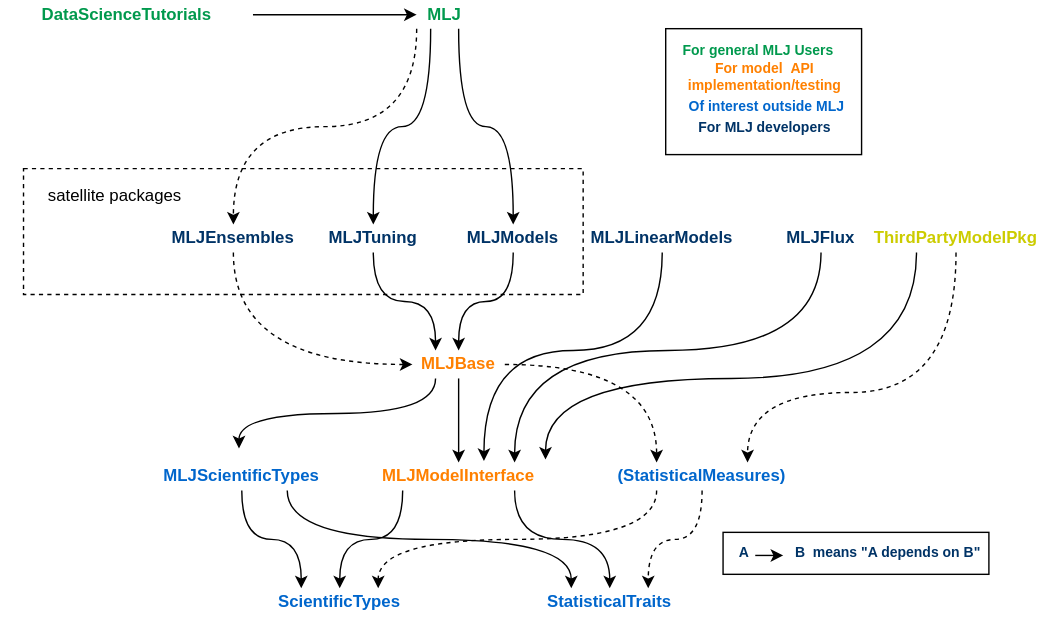
This is material/MLJ_stack.svg from JuliaAI/MLJ.jl, a draw.io export, as it was before one commit. Source tidied: cells renumbered, new cells last; positions are measured from the earlier drawing's top-left corner, leaving out a move shared by most shapes.
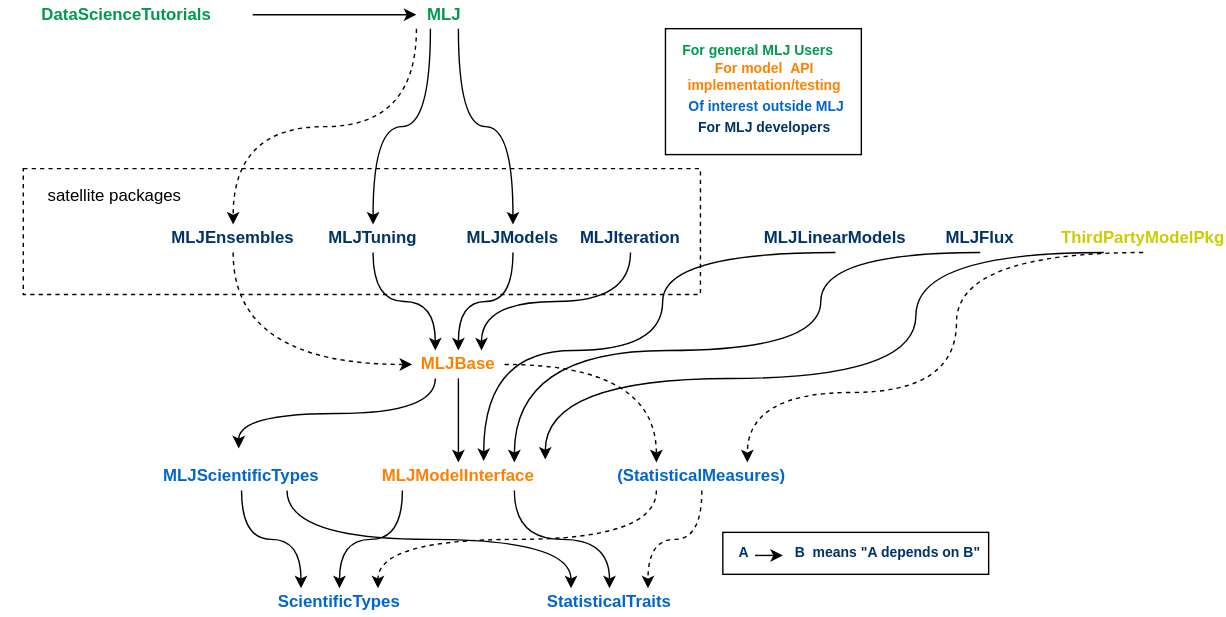
The same diagram one commit later.

The edit, as a diff of the source:
```diff
@@ -3,7 +3,7 @@
     <mxCell id="0" />
     <mxCell id="1" parent="0" />
     <mxCell id="2" style="rounded=0;whiteSpace=wrap;html=1;fillColor=none;dashed=1;strokeColor=#000000;" parent="1" vertex="1">
-      <mxGeometry x="16" y="120" width="400" height="90" as="geometry" />
+      <mxGeometry x="16" y="120" width="484" height="90" as="geometry" />
     </mxCell>
     <mxCell id="3" value="&lt;b&gt;&lt;font color=&quot;#ff8000&quot;&gt;MLJModelInterface&lt;/font&gt;&lt;/b&gt;" style="text;html=1;strokeColor=none;fillColor=none;align=center;verticalAlign=middle;whiteSpace=wrap;rounded=0;comic=1;" parent="1" vertex="1">
       <mxGeometry x="247" y="330" width="160" height="20" as="geometry" />
@@ -52,7 +52,7 @@
       </mxGeometry>
     </mxCell>
     <mxCell id="16" value="&lt;b&gt;&lt;font color=&quot;#003366&quot;&gt;MLJLinearModels&lt;/font&gt;&lt;/b&gt;" style="text;html=1;strokeColor=none;fillColor=none;align=center;verticalAlign=middle;whiteSpace=wrap;rounded=0;comic=1;" parent="1" vertex="1">
-      <mxGeometry x="416" y="160" width="113" height="20" as="geometry" />
+      <mxGeometry x="540" y="160" width="113" height="20" as="geometry" />
     </mxCell>
     <mxCell id="17" style="edgeStyle=orthogonalEdgeStyle;curved=1;rounded=0;jettySize=auto;html=1;exitX=0.25;exitY=1;exitDx=0;exitDy=0;entryX=0.888;entryY=-0.1;entryDx=0;entryDy=0;entryPerimeter=0;fontSize=10;" parent="1" edge="1" source="19" target="3">
       <mxGeometry relative="1" as="geometry">
@@ -71,7 +71,7 @@
       </mxGeometry>
     </mxCell>
     <mxCell id="19" value="&lt;b&gt;&lt;font color=&quot;#cccc00&quot;&gt;ThirdPartyModelPkg&lt;/font&gt;&lt;/b&gt;" style="text;html=1;strokeColor=none;fillColor=none;align=center;verticalAlign=middle;whiteSpace=wrap;rounded=0;comic=1;" parent="1" vertex="1">
-      <mxGeometry x="626" y="160" width="113" height="20" as="geometry" />
+      <mxGeometry x="760" y="160" width="113" height="20" as="geometry" />
     </mxCell>
     <mxCell id="20" style="edgeStyle=orthogonalEdgeStyle;curved=1;rounded=0;jettySize=auto;html=1;exitX=0.25;exitY=1;exitDx=0;exitDy=0;entryX=0.5;entryY=0;entryDx=0;entryDy=0;" parent="1" edge="1" source="23" target="12">
       <mxGeometry relative="1" as="geometry" />
@@ -115,7 +115,7 @@
       </mxGeometry>
     </mxCell>
     <mxCell id="32" value="&lt;b&gt;&lt;font color=&quot;#003366&quot;&gt;MLJFlux&lt;/font&gt;&lt;/b&gt;" style="text;html=1;strokeColor=none;fillColor=none;align=center;verticalAlign=middle;whiteSpace=wrap;rounded=0;comic=1;" parent="1" vertex="1">
-      <mxGeometry x="536" y="160" width="100" height="20" as="geometry" />
+      <mxGeometry x="650" y="160" width="100" height="20" as="geometry" />
     </mxCell>
     <mxCell id="33" value="satellite packages" style="text;html=1;align=center;verticalAlign=middle;" parent="1" vertex="1">
       <mxGeometry x="26" y="130" width="110" height="20" as="geometry" />
@@ -171,5 +171,11 @@
     <mxCell id="49" style="endArrow=classic;html=1;exitX=0.75;exitY=1;exitDx=0;exitDy=0;entryX=0.5;entryY=0;entryDx=0;entryDy=0;edgeStyle=orthogonalEdgeStyle;curved=1;" parent="1" edge="1" source="3" target="46">
       <mxGeometry relative="1" as="geometry" />
     </mxCell>
+    <mxCell id="50" style="edgeStyle=orthogonalEdgeStyle;rounded=0;jettySize=auto;html=1;exitX=0.5;exitY=1;exitDx=0;exitDy=0;entryX=0.75;entryY=0;entryDx=0;entryDy=0;curved=1;" parent="1" edge="1" source="51" target="10">
+      <mxGeometry relative="1" as="geometry" />
+    </mxCell>
+    <mxCell id="51" value="&lt;b&gt;&lt;font color=&quot;#003366&quot;&gt;MLJIteration&lt;/font&gt;&lt;/b&gt;" style="text;html=1;strokeColor=none;fillColor=none;align=center;verticalAlign=middle;whiteSpace=wrap;rounded=0;comic=1;" parent="1" vertex="1">
+      <mxGeometry x="400" y="160" width="100" height="20" as="geometry" />
+    </mxCell>
   </root>
 </mxGraphModel>
```
